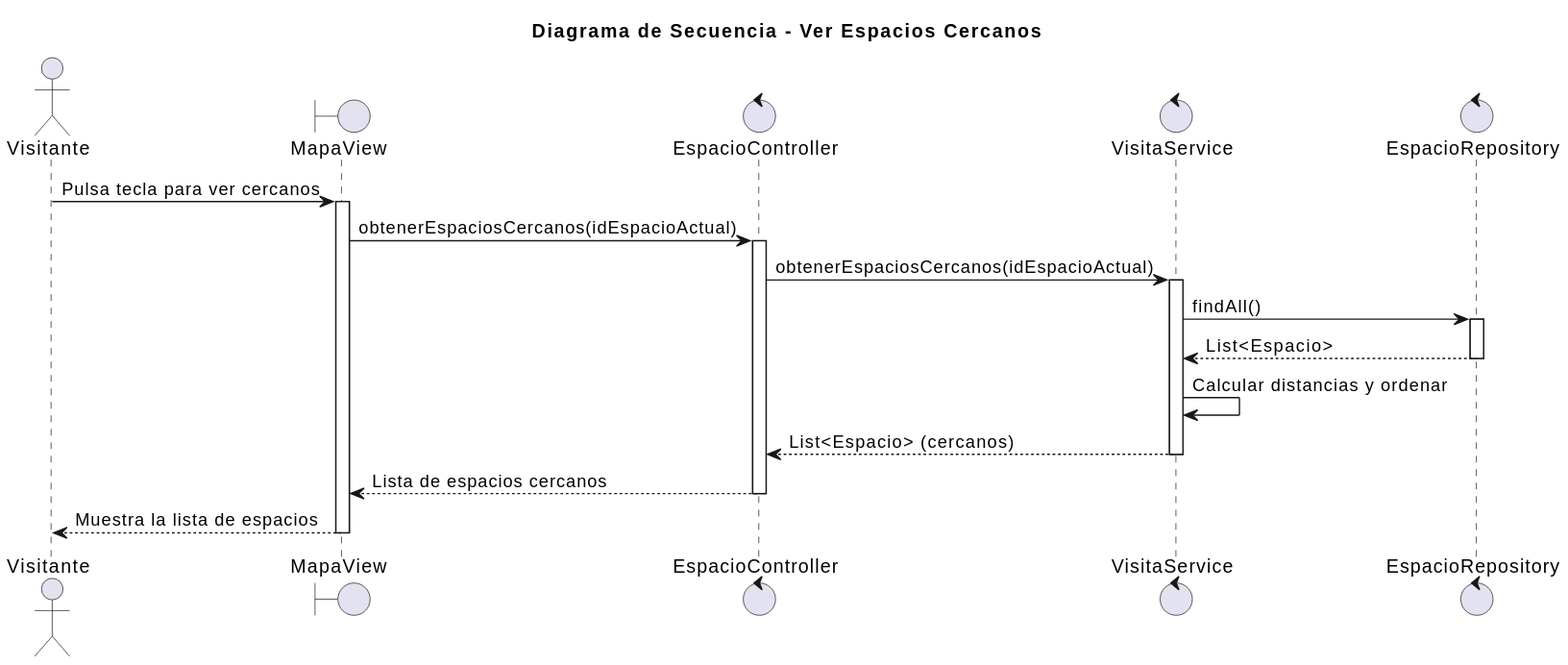
Before: images/02-diseño/01-Visitante/verEspaciosCercanos/verEspaciosCercanos.svg, a diagram exported from PlantUML (mmasias/25-26-idsw2-sdVC). The source it was exported from:
```plantuml
@startuml
title "Diagrama de Secuencia - Ver Espacios Cercanos"

actor "Visitante" as visitor
boundary "MapaView" as view
control "EspacioController" as controller
control "VisitaService" as service
control "EspacioRepository" as repository

visitor -> view: Pulsa tecla para ver cercanos
activate view
view -> controller: obtenerEspaciosCercanos(idEspacioActual)
activate controller
controller -> service: obtenerEspaciosCercanos(idEspacioActual)
activate service
service -> repository: findAll()
activate repository
repository --> service: List<Espacio>
deactivate repository
service -> service: Calcular distancias y ordenar
service --> controller: List<Espacio> (cercanos)
deactivate service
controller --> view: Lista de espacios cercanos
deactivate controller
view --> visitor: Muestra la lista de espacios
deactivate view
@enduml
```
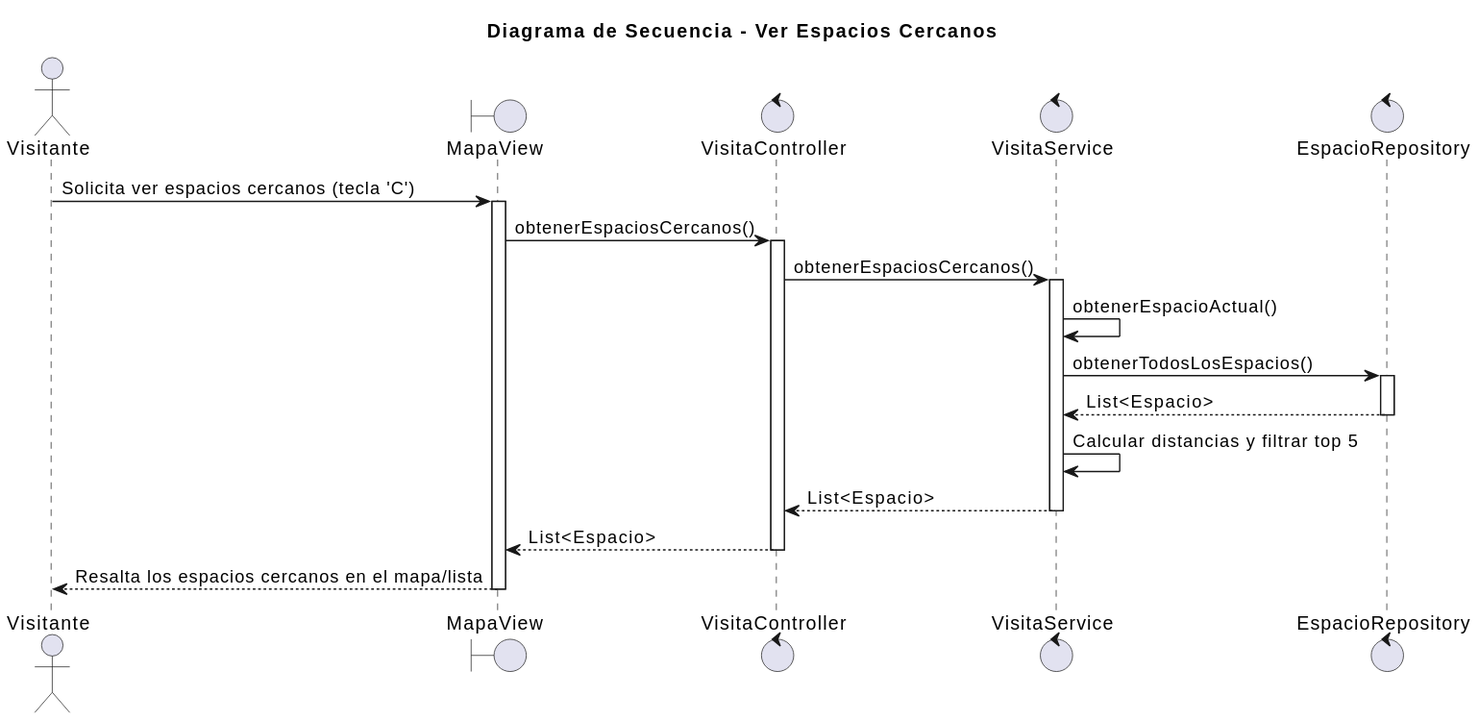
The same diagram one commit later.

Diff of the diagram source:
```diff
@@ -3,25 +3,26 @@
 
 actor "Visitante" as visitor
 boundary "MapaView" as view
-control "EspacioController" as controller
+control "VisitaController" as controller
 control "VisitaService" as service
 control "EspacioRepository" as repository
 
-visitor -> view: Pulsa tecla para ver cercanos
+visitor -> view: Solicita ver espacios cercanos (tecla 'C')
 activate view
-view -> controller: obtenerEspaciosCercanos(idEspacioActual)
+view -> controller: obtenerEspaciosCercanos()
 activate controller
-controller -> service: obtenerEspaciosCercanos(idEspacioActual)
+controller -> service: obtenerEspaciosCercanos()
 activate service
-service -> repository: findAll()
+service -> service: obtenerEspacioActual()
+service -> repository: obtenerTodosLosEspacios()
 activate repository
 repository --> service: List<Espacio>
 deactivate repository
-service -> service: Calcular distancias y ordenar
-service --> controller: List<Espacio> (cercanos)
+service -> service: Calcular distancias y filtrar top 5
+service --> controller: List<Espacio>
 deactivate service
-controller --> view: Lista de espacios cercanos
+controller --> view: List<Espacio>
 deactivate controller
-view --> visitor: Muestra la lista de espacios
+view --> visitor: Resalta los espacios cercanos en el mapa/lista
 deactivate view
 @enduml
```
